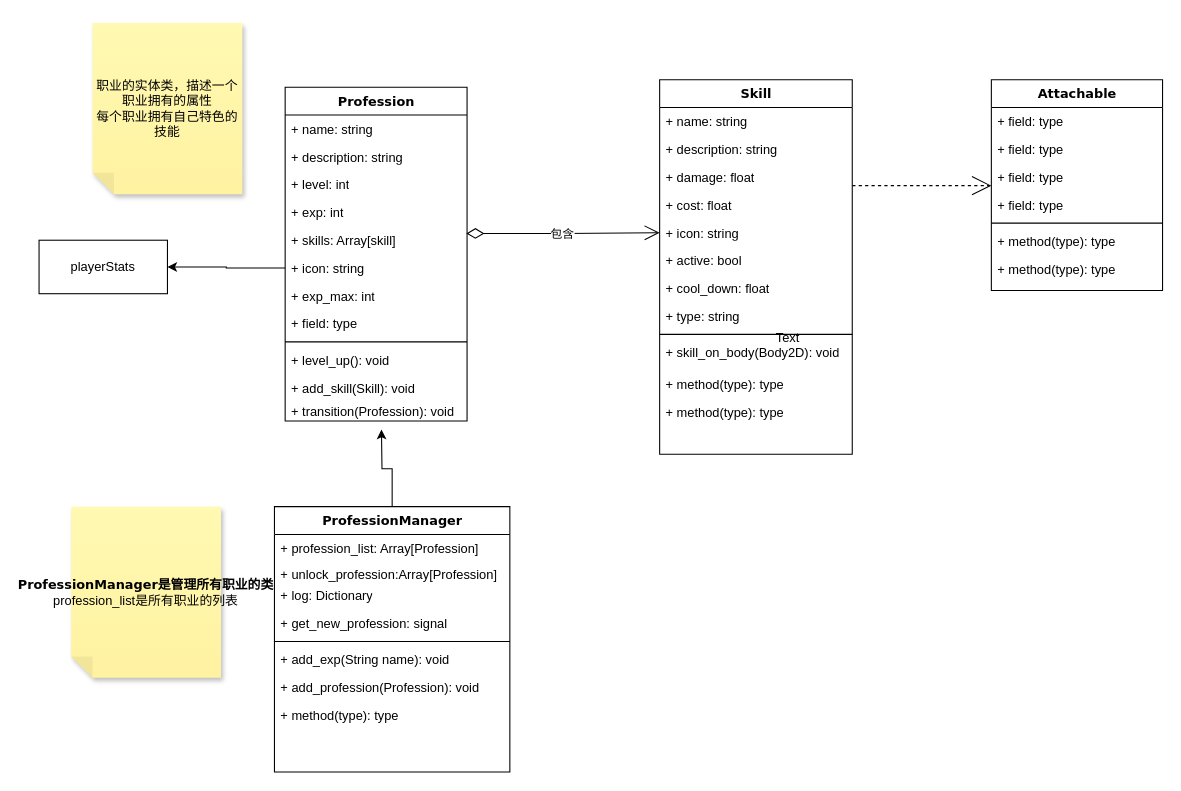
ssw940521/archerBackend keeps this draw.io diagram as 职业/等级系统.drawio. Above is the earlier version. Source tidied: cells renumbered, new cells numbered last; positions are measured from the earlier drawing's top-left corner, leaving out a move shared by most shapes. Both pictures are drawn from the tidied source at 107%, with x=0, y=0 at pixel (39, 22).
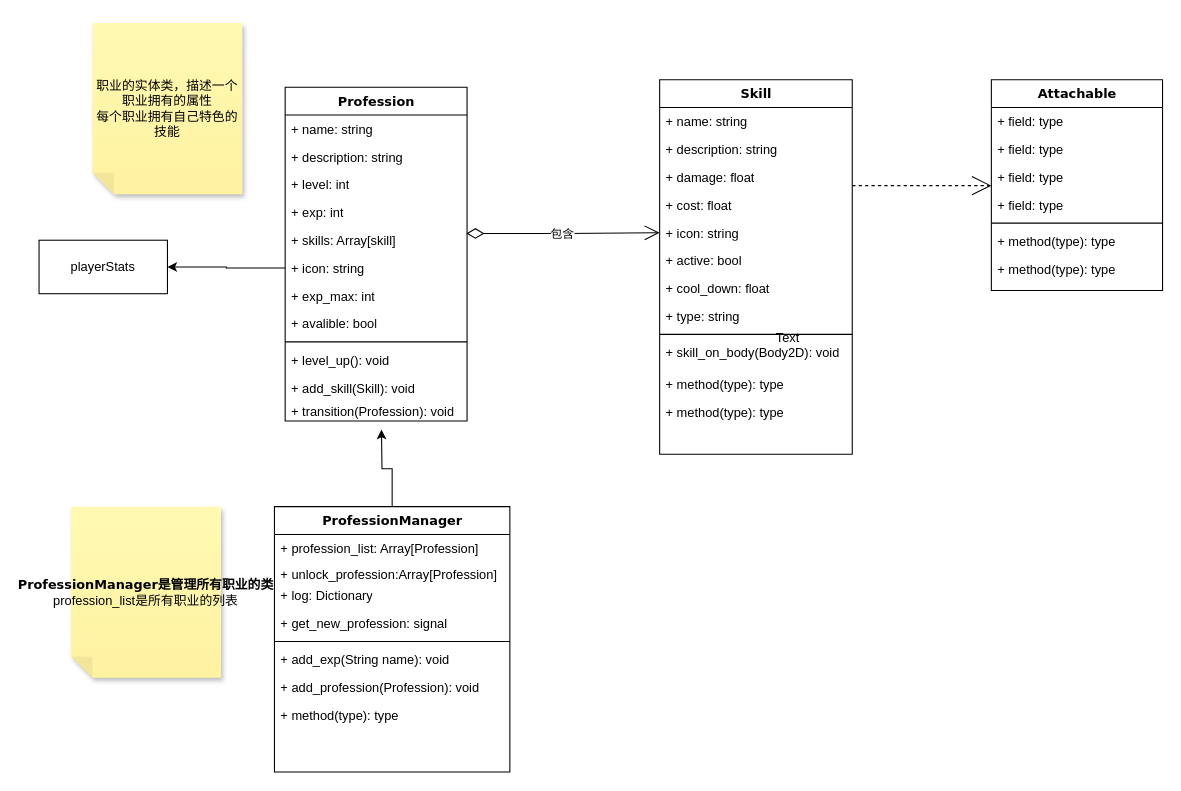
The same page after the edit.

Commit message:
更新等级系统.drawio

The change refers to these unchanged cells:
```xml
<mxCell id="2" value="Profession" style="swimlane;html=1;fontStyle=1;align=center;verticalAlign=top;horizontal=1;startSize=26;swimlaneFillColor=#ffffff;rounded=0;shadow=0;comic=0;labelBackgroundColor=none;strokeWidth=1;fillColor=none;fontFamily=Verdana;fontSize=12;" parent="1" vertex="1">
  <mxGeometry x="230" y="60" width="170" height="312" as="geometry" />
</mxCell>
```

What changed in the source:
```diff
@@
-    <mxCell id="10" value="+ field: type" style="text;html=1;strokeColor=none;fillColor=none;align=left;verticalAlign=top;spacingLeft=4;spacingRight=4;whiteSpace=wrap;overflow=hidden;" parent="2" vertex="1">
+    <mxCell id="10" value="+ avalible: bool" style="text;html=1;strokeColor=none;fillColor=none;align=left;verticalAlign=top;spacingLeft=4;spacingRight=4;whiteSpace=wrap;overflow=hidden;" parent="2" vertex="1">
       <mxGeometry y="208" width="170" height="26" as="geometry" />
     </mxCell>
```
